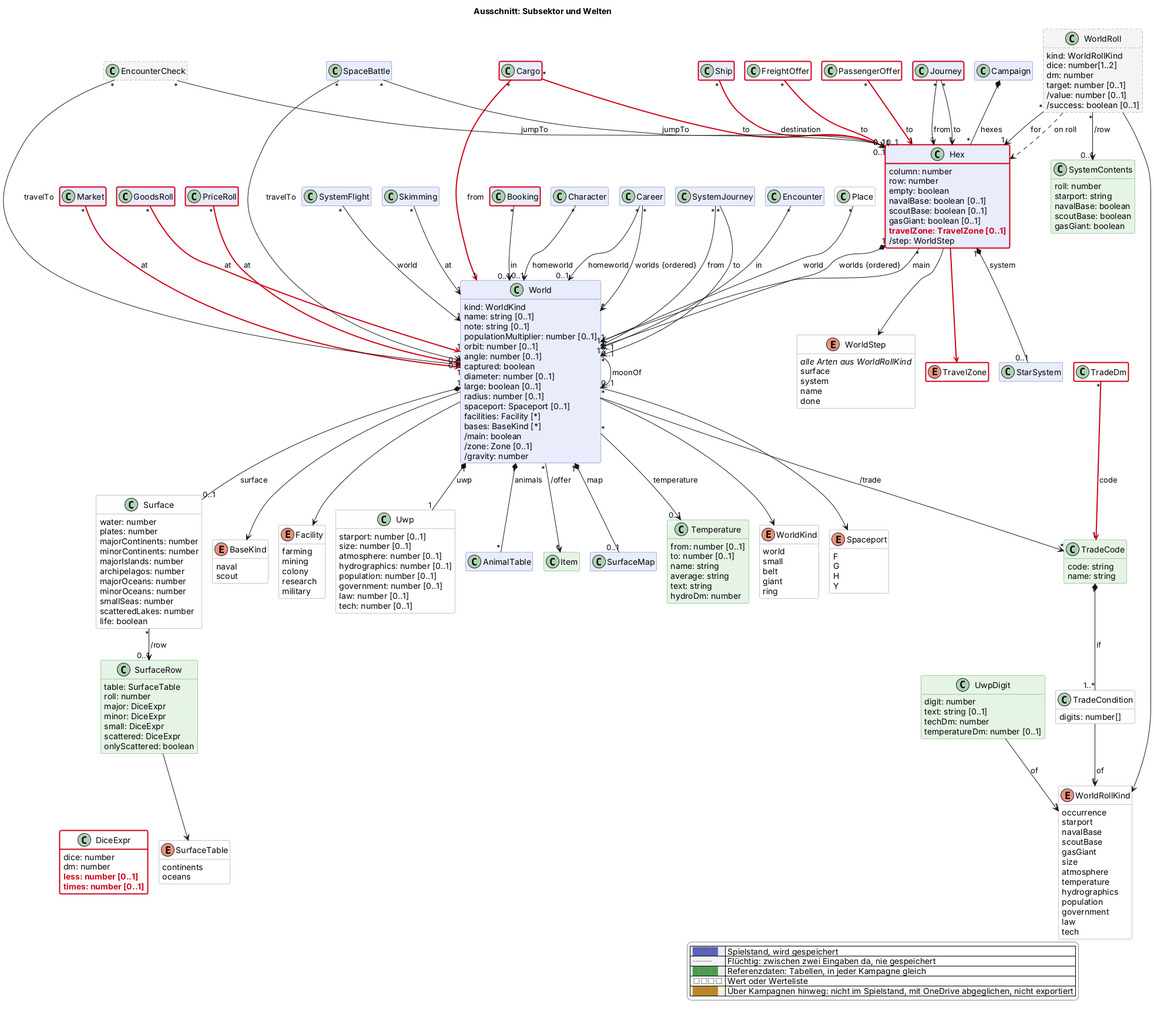
scuzzar/SRE keeps this PlantUML diagram as docs/views/sektor.png. Above is the earlier version.
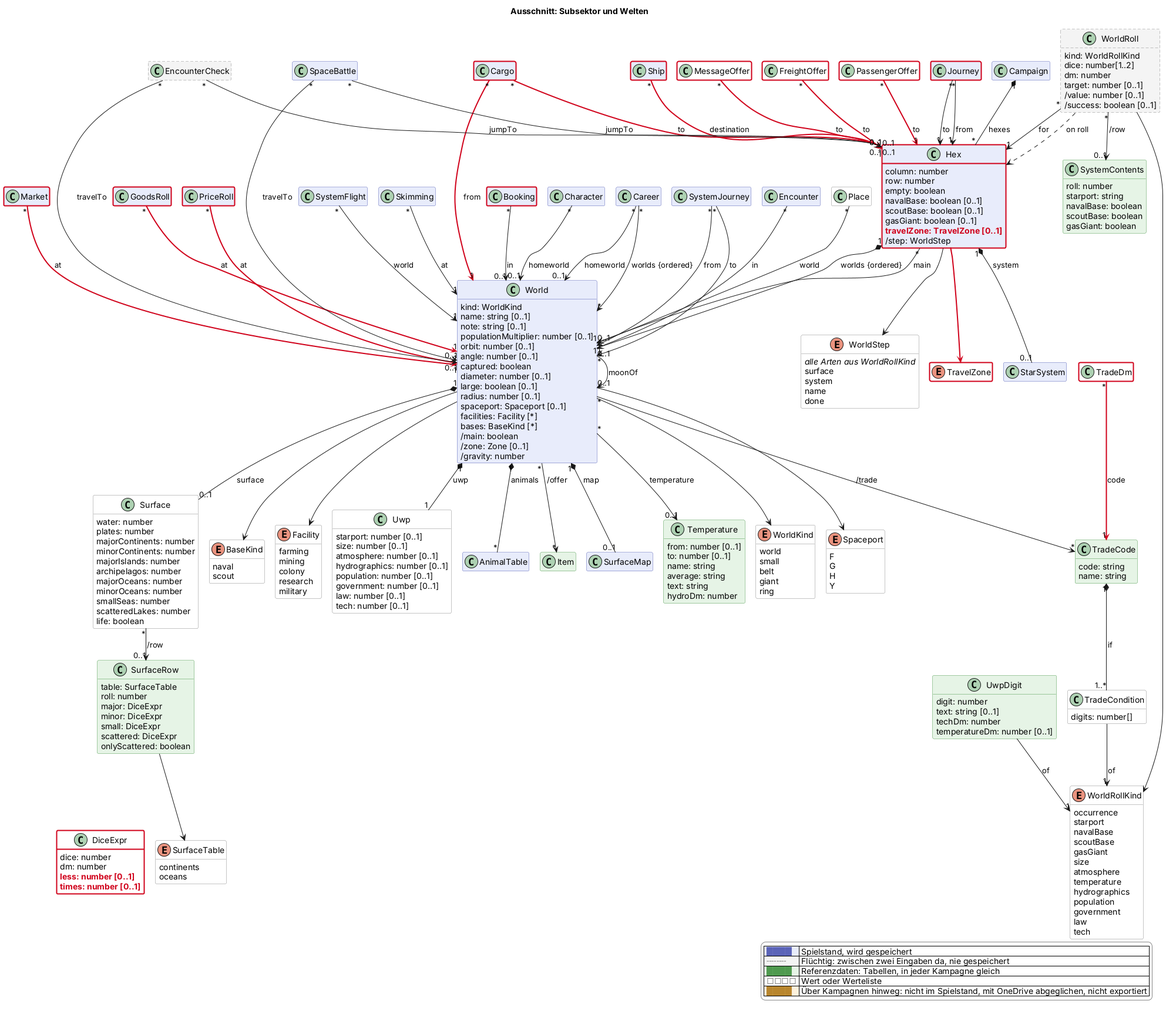
After the change.

What changed in the source:
```diff
@@ -79,6 +79,7 @@
   class GoodsRoll $handel $newClass("2026-11-27")
   class PriceRoll $handel $newClass("2026-11-27")
   class Cargo $handel $newClass("2026-11-27")
+  class MessageOffer <<value>> $handel $newClass("2026-11-27")
   class FreightOffer <<value>> $handel $newClass("2026-11-27")
   class PassengerOffer <<value>> $handel $newClass("2026-11-27")
   enum TravelZone <<value>> $handel $newClass("2026-11-27")
@@ -263,6 +264,7 @@
 Market "*" -$newArrow("2026-11-27")-> "1" World : at
 FreightOffer "*" -$newArrow("2026-11-27")-> "1" Hex : to
 PassengerOffer "*" -$newArrow("2026-11-27")-> "1" Hex : to
+MessageOffer "*" -$newArrow("2026-11-27")-> "0..1" Hex : to
 GoodsRoll "*" -$newArrow("2026-11-27")-> "1" World : at
 PriceRoll "*" -$newArrow("2026-11-27")-> "1" World : at
 Ship "*" -$newArrow("2026-11-27")-> "0..1" Hex : destination
```
